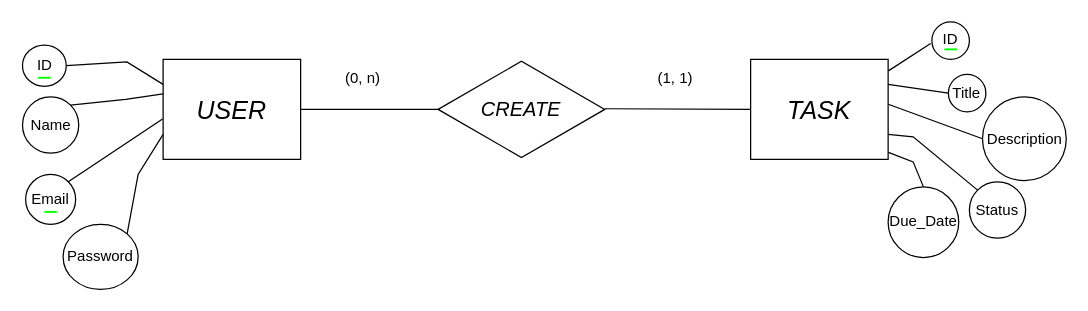
D4nitrix13/DatabaseGuide keeps this draw.io diagram as Diseño de Bases de Datos Relacionales con MySQL/02 Diseño Conceptual/1er Ejercicio/Ejercicio1.drawio. Above is the earlier version. Source tidied: cells renumbered, new cells numbered last; positions are measured from the earlier drawing's top-left corner, leaving out a move shared by most shapes. Both pictures are drawn from the tidied source at 125%, with x=0, y=0 at pixel (22, 21).
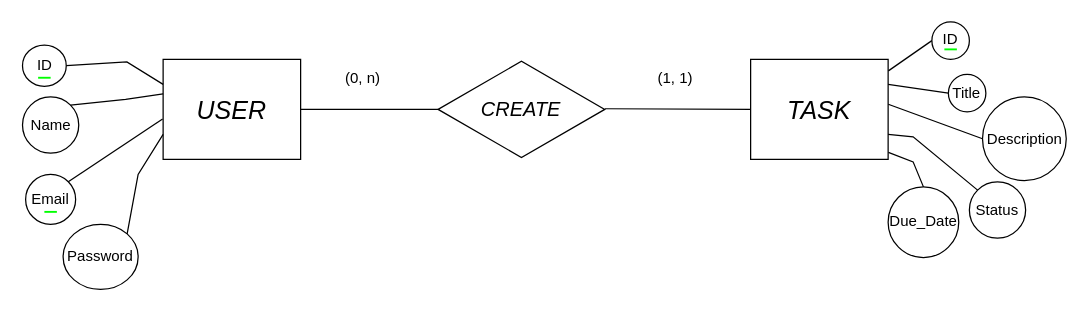
Above is the later version.

Unchanged cells that the change refers to:
```xml
<mxCell id="3" value="&lt;i style=&quot;&quot;&gt;&lt;font style=&quot;font-size: 20px;&quot;&gt;TASK&lt;/font&gt;&lt;/i&gt;" style="rounded=0;whiteSpace=wrap;html=1;fillColor=none;align=center;" parent="1" vertex="1">
  <mxGeometry x="582" y="30" width="110" height="80" as="geometry" />
</mxCell>
<mxCell id="25" value="ID" style="ellipse;whiteSpace=wrap;html=1;fillColor=none;align=center;horizontal=1;verticalAlign=top;labelPosition=center;verticalLabelPosition=middle;" parent="1" vertex="1">
  <mxGeometry x="727" width="30" height="30" as="geometry" />
</mxCell>
```

Diff of the diagram source:
```diff
@@
-    <mxCell id="14" style="endArrow=none;html=1;rounded=0;exitX=1.002;exitY=0.115;exitDx=0;exitDy=0;entryX=-0.033;entryY=0.578;entryDx=0;entryDy=0;exitPerimeter=0;entryPerimeter=0;" parent="1" edge="1" source="3" target="25">
+    <mxCell id="14" style="endArrow=none;html=1;rounded=0;exitX=1.002;exitY=0.115;exitDx=0;exitDy=0;entryX=0;entryY=0.5;entryDx=0;entryDy=0;exitPerimeter=0;" parent="1" edge="1" source="3" target="25">
       <mxGeometry relative="1" as="geometry" />
     </mxCell>
```
